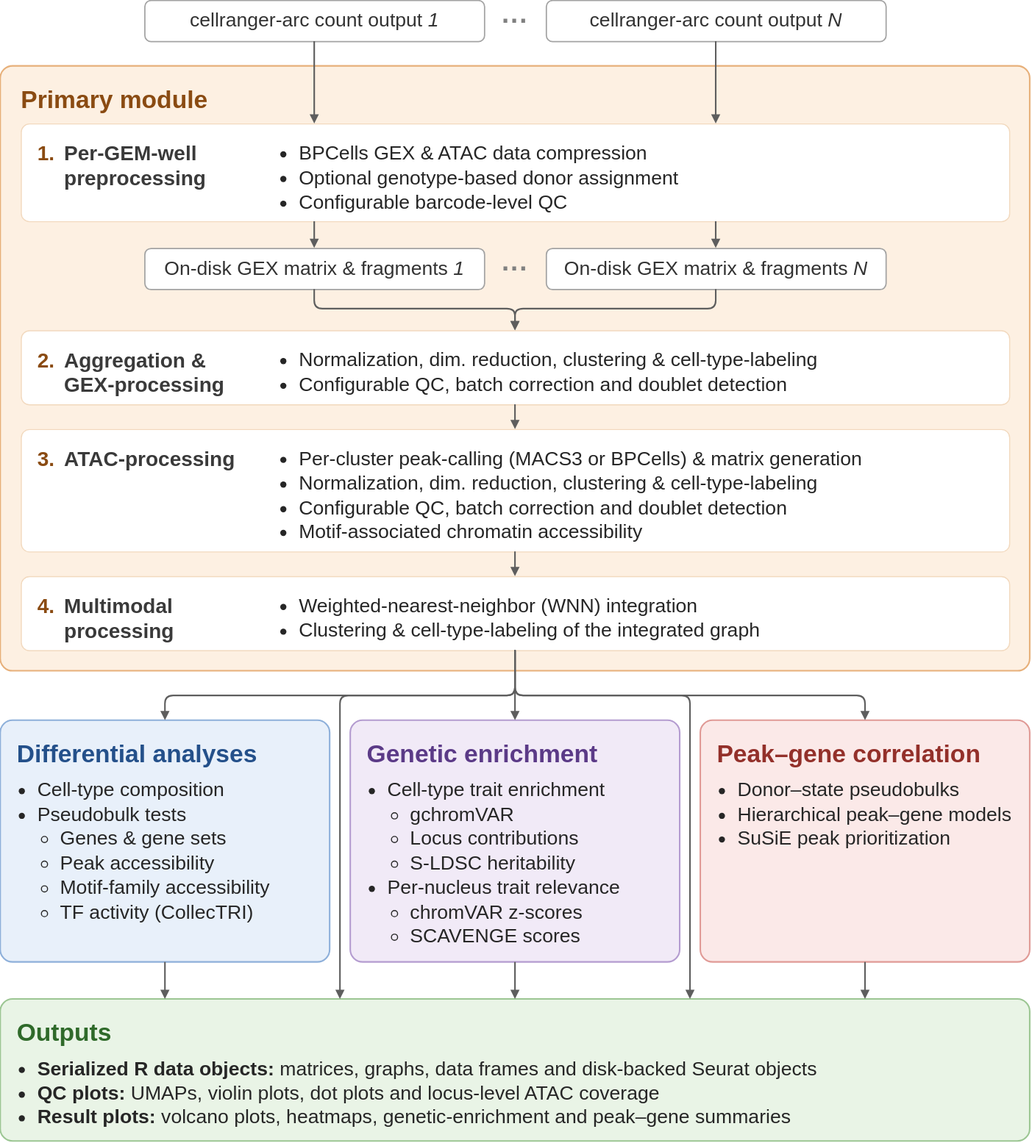
Above: website/figures/multiomeR_overview_simplified.drawio.svg in koefoeden/multiomeR (draw.io), before the change. Source tidied: cells renumbered, new cells last; positions are measured from the earlier drawing's top-left corner, leaving out a move shared by most shapes. Its diagram source:
```xml
<mxGraphModel>
  <root>
    <mxCell id="0" />
    <mxCell id="1" parent="0" />
    <mxCell id="2" value="Primary module" style="rounded=1;absoluteArcSize=1;arcSize=24;whiteSpace=wrap;html=1;fillColor=#FDF0E2;strokeColor=#E7B07A;strokeWidth=1.5;align=left;verticalAlign=top;spacing=0;spacingLeft=20;spacingTop=14;fontSize=24;fontStyle=1;fontColor=#8A4B12;" parent="1" vertex="1">
      <mxGeometry y="64" width="1000" height="588" as="geometry" />
    </mxCell>
    <mxCell id="3" value="&lt;div style=&quot;font-size:24px;font-weight:bold;color:#24508A;margin-bottom:8px;&quot;&gt;Differential analyses&lt;/div&gt;&lt;ul style=&quot;margin:0;padding-left:20px;line-height:1.25;&quot;&gt;&lt;li&gt;Cell-type composition&lt;/li&gt;&lt;li&gt;Pseudobulk tests&lt;ul style=&quot;margin:0;padding-left:22px;&quot;&gt;&lt;li&gt;Genes &amp;amp; gene sets&lt;/li&gt;&lt;li&gt;Peak accessibility&lt;/li&gt;&lt;li&gt;Motif-family accessibility&lt;/li&gt;&lt;li&gt;TF activity (CollecTRI)&lt;/li&gt;&lt;/ul&gt;&lt;/li&gt;&lt;/ul&gt;" style="rounded=1;absoluteArcSize=1;arcSize=24;whiteSpace=wrap;html=1;fillColor=#E8F0FA;strokeColor=#8EB0DA;strokeWidth=1.5;spacingLeft=16;spacingRight=10;spacingTop=14;align=left;verticalAlign=top;spacing=0;fontSize=19;fontColor=#262626;" parent="1" vertex="1">
      <mxGeometry y="700" width="320" height="235" as="geometry" />
    </mxCell>
    <mxCell id="4" value="&lt;div style=&quot;font-size:24px;font-weight:bold;color:#5B3A87;margin-bottom:8px;&quot;&gt;Genetic enrichment&lt;/div&gt;&lt;ul style=&quot;margin:0;padding-left:20px;line-height:1.25;&quot;&gt;&lt;li&gt;Cell-type trait enrichment&lt;ul style=&quot;margin:0;padding-left:22px;&quot;&gt;&lt;li&gt;gchromVAR&lt;/li&gt;&lt;li&gt;Locus contributions&lt;/li&gt;&lt;li&gt;S-LDSC heritability&lt;/li&gt;&lt;/ul&gt;&lt;/li&gt;&lt;li&gt;Per-nucleus trait relevance&lt;ul style=&quot;margin:0;padding-left:22px;&quot;&gt;&lt;li&gt;chromVAR z-scores&lt;/li&gt;&lt;li&gt;SCAVENGE scores&lt;/li&gt;&lt;/ul&gt;&lt;/li&gt;&lt;/ul&gt;" style="rounded=1;absoluteArcSize=1;arcSize=24;whiteSpace=wrap;html=1;fillColor=#F1EAF7;strokeColor=#B49CD0;strokeWidth=1.5;spacingLeft=16;spacingRight=10;spacingTop=14;align=left;verticalAlign=top;spacing=0;fontSize=19;fontColor=#262626;" parent="1" vertex="1">
      <mxGeometry x="340" y="700" width="320" height="235" as="geometry" />
    </mxCell>
    <mxCell id="5" value="&lt;div style=&quot;font-size:24px;font-weight:bold;color:#93302A;margin-bottom:8px;&quot;&gt;Peak–gene correlation&lt;/div&gt;&lt;ul style=&quot;margin:0;padding-left:20px;line-height:1.25;&quot;&gt;&lt;li&gt;Donor–state pseudobulks&lt;/li&gt;&lt;li&gt;Hierarchical peak–gene models&lt;/li&gt;&lt;li&gt;SuSiE peak prioritization&lt;/li&gt;&lt;/ul&gt;" style="rounded=1;absoluteArcSize=1;arcSize=24;whiteSpace=wrap;html=1;fillColor=#FBE9E8;strokeColor=#E09A96;strokeWidth=1.5;spacingLeft=16;spacingRight=10;spacingTop=14;align=left;verticalAlign=top;spacing=0;fontSize=19;fontColor=#262626;" parent="1" vertex="1">
      <mxGeometry x="680" y="700" width="320" height="235" as="geometry" />
    </mxCell>
    <mxCell id="6" value="&lt;div style=&quot;font-size:24px;font-weight:bold;color:#2F6A2A;margin-bottom:8px;&quot;&gt;Outputs&lt;/div&gt;&lt;ul style=&quot;margin:0;padding-left:20px;line-height:1.25;&quot;&gt;&lt;li&gt;&lt;b&gt;Serialized R data objects:&lt;/b&gt; matrices, graphs, data frames and disk-backed Seurat objects&lt;/li&gt;&lt;li&gt;&lt;b&gt;QC plots:&lt;/b&gt; UMAPs, violin plots, dot plots and locus-level ATAC coverage&lt;/li&gt;&lt;li&gt;&lt;b&gt;Result plots:&lt;/b&gt; volcano plots, heatmaps, genetic-enrichment and peak–gene summaries&lt;/li&gt;&lt;/ul&gt;" style="rounded=1;absoluteArcSize=1;arcSize=24;whiteSpace=wrap;html=1;fillColor=#E9F4E6;strokeColor=#9CC693;strokeWidth=1.5;spacingLeft=16;spacingRight=10;spacingTop=14;align=left;verticalAlign=top;spacing=0;fontSize=19;fontColor=#262626;" parent="1" vertex="1">
      <mxGeometry y="971" width="1000" height="138" as="geometry" />
    </mxCell>
    <mxCell id="7" value="cellranger-arc count output &lt;i&gt;1&lt;/i&gt;" style="rounded=1;absoluteArcSize=1;arcSize=12;whiteSpace=wrap;html=1;fillColor=#FFFFFF;strokeColor=#A3A3A3;strokeWidth=1.25;fontSize=19;fontColor=#333333;" parent="1" vertex="1">
      <mxGeometry x="140" width="330" height="40" as="geometry" />
    </mxCell>
    <mxCell id="8" value="cellranger-arc count output &lt;i&gt;N&lt;/i&gt;" style="rounded=1;absoluteArcSize=1;arcSize=12;whiteSpace=wrap;html=1;fillColor=#FFFFFF;strokeColor=#A3A3A3;strokeWidth=1.25;fontSize=19;fontColor=#333333;" parent="1" vertex="1">
      <mxGeometry x="530" width="330" height="40" as="geometry" />
    </mxCell>
    <mxCell id="9" value="···" style="text;html=1;whiteSpace=wrap;strokeColor=none;fillColor=none;fontSize=26;fontStyle=1;fontColor=#808080;align=center;verticalAlign=middle;" parent="1" vertex="1">
      <mxGeometry x="470" width="60" height="40" as="geometry" />
    </mxCell>
    <mxCell id="10" value="On-disk GEX matrix &amp;amp; fragments &lt;i&gt;1&lt;/i&gt;" style="rounded=1;absoluteArcSize=1;arcSize=12;whiteSpace=wrap;html=1;fillColor=#FFFFFF;strokeColor=#A3A3A3;strokeWidth=1.25;fontSize=19;fontColor=#333333;" parent="1" vertex="1">
      <mxGeometry x="140" y="241" width="330" height="40" as="geometry" />
    </mxCell>
    <mxCell id="11" value="On-disk GEX matrix &amp;amp; fragments &lt;i&gt;N&lt;/i&gt;" style="rounded=1;absoluteArcSize=1;arcSize=12;whiteSpace=wrap;html=1;fillColor=#FFFFFF;strokeColor=#A3A3A3;strokeWidth=1.25;fontSize=19;fontColor=#333333;" parent="1" vertex="1">
      <mxGeometry x="530" y="241" width="330" height="40" as="geometry" />
    </mxCell>
    <mxCell id="12" value="···" style="text;html=1;whiteSpace=wrap;strokeColor=none;fillColor=none;fontSize=26;fontStyle=1;fontColor=#808080;align=center;verticalAlign=middle;" parent="1" vertex="1">
      <mxGeometry x="470" y="241" width="60" height="40" as="geometry" />
    </mxCell>
    <mxCell id="13" value="&lt;ul style=&quot;margin:0;padding-left:20px;line-height:1.25;&quot;&gt;&lt;li&gt;BPCells GEX &amp;amp; ATAC data compression&lt;/li&gt;&lt;li&gt;Optional genotype-based donor assignment&lt;/li&gt;&lt;li&gt;Configurable barcode-level QC&lt;/li&gt;&lt;/ul&gt;" style="rounded=1;absoluteArcSize=1;arcSize=16;whiteSpace=wrap;html=1;fillColor=#FFFFFF;strokeColor=#F2D9BE;strokeWidth=1;spacingLeft=250;spacingRight=16;spacingTop=12;align=left;verticalAlign=top;spacing=0;fontSize=19;fontColor=#262626;" parent="1" vertex="1">
      <mxGeometry x="20" y="120" width="960" height="95" as="geometry" />
    </mxCell>
    <mxCell id="14" value="&lt;div style=&quot;padding-left:26px;text-indent:-26px;&quot;&gt;&lt;span style=&quot;display:inline-block;width:26px;text-indent:0;color:#8A4B12;&quot;&gt;1.&lt;/span&gt;Per-GEM-well&lt;br&gt;preprocessing&lt;/div&gt;" style="text;html=1;whiteSpace=wrap;strokeColor=none;fillColor=none;align=left;verticalAlign=top;spacing=0;fontSize=20;fontStyle=1;fontColor=#3A3A3A;" parent="13" vertex="1">
      <mxGeometry x="16" y="11.5" width="220" height="48" as="geometry" />
    </mxCell>
    <mxCell id="15" value="&lt;ul style=&quot;margin:0;padding-left:20px;line-height:1.25;&quot;&gt;&lt;li&gt;Normalization, dim. reduction, clustering &amp;amp; cell-type-labeling&lt;/li&gt;&lt;li&gt;Configurable QC, batch correction and doublet detection&lt;/li&gt;&lt;/ul&gt;" style="rounded=1;absoluteArcSize=1;arcSize=16;whiteSpace=wrap;html=1;fillColor=#FFFFFF;strokeColor=#F2D9BE;strokeWidth=1;spacingLeft=250;spacingRight=16;spacingTop=12;align=left;verticalAlign=top;spacing=0;fontSize=19;fontColor=#262626;" parent="1" vertex="1">
      <mxGeometry x="20" y="321" width="960" height="72" as="geometry" />
    </mxCell>
    <mxCell id="16" value="&lt;div style=&quot;padding-left:26px;text-indent:-26px;&quot;&gt;&lt;span style=&quot;display:inline-block;width:26px;text-indent:0;color:#8A4B12;&quot;&gt;2.&lt;/span&gt;Aggregation &amp;amp;&lt;br&gt;GEX-processing&lt;/div&gt;" style="text;html=1;whiteSpace=wrap;strokeColor=none;fillColor=none;align=left;verticalAlign=top;spacing=0;fontSize=20;fontStyle=1;fontColor=#3A3A3A;" parent="15" vertex="1">
      <mxGeometry x="16" y="11.5" width="220" height="48" as="geometry" />
    </mxCell>
    <mxCell id="17" value="&lt;ul style=&quot;margin:0;padding-left:20px;line-height:1.25;&quot;&gt;&lt;li&gt;Per-cluster peak-calling (MACS3 or BPCells) &amp;amp; matrix generation&lt;/li&gt;&lt;li&gt;Normalization, dim. reduction, clustering &amp;amp; cell-type-labeling&lt;/li&gt;&lt;li&gt;Configurable QC, batch correction and doublet detection&lt;/li&gt;&lt;li&gt;Motif-associated chromatin accessibility&lt;/li&gt;&lt;/ul&gt;" style="rounded=1;absoluteArcSize=1;arcSize=16;whiteSpace=wrap;html=1;fillColor=#FFFFFF;strokeColor=#F2D9BE;strokeWidth=1;spacingLeft=250;spacingRight=16;spacingTop=12;align=left;verticalAlign=top;spacing=0;fontSize=19;fontColor=#262626;" parent="1" vertex="1">
      <mxGeometry x="20" y="417" width="960" height="119" as="geometry" />
    </mxCell>
    <mxCell id="18" value="&lt;div style=&quot;padding-left:26px;text-indent:-26px;&quot;&gt;&lt;span style=&quot;display:inline-block;width:26px;text-indent:0;color:#8A4B12;&quot;&gt;3.&lt;/span&gt;ATAC-processing&lt;/div&gt;" style="text;html=1;whiteSpace=wrap;strokeColor=none;fillColor=none;align=left;verticalAlign=top;spacing=0;fontSize=20;fontStyle=1;fontColor=#3A3A3A;" parent="17" vertex="1">
      <mxGeometry x="16" y="11.5" width="220" height="48" as="geometry" />
    </mxCell>
    <mxCell id="19" value="&lt;ul style=&quot;margin:0;padding-left:20px;line-height:1.25;&quot;&gt;&lt;li&gt;Weighted-nearest-neighbor (WNN) integration&lt;/li&gt;&lt;li&gt;Clustering &amp;amp; cell-type-labeling of the integrated graph&lt;/li&gt;&lt;/ul&gt;" style="rounded=1;absoluteArcSize=1;arcSize=16;whiteSpace=wrap;html=1;fillColor=#FFFFFF;strokeColor=#F2D9BE;strokeWidth=1;spacingLeft=250;spacingRight=16;spacingTop=12;align=left;verticalAlign=top;spacing=0;fontSize=19;fontColor=#262626;" parent="1" vertex="1">
      <mxGeometry x="20" y="560" width="960" height="72" as="geometry" />
    </mxCell>
    <mxCell id="20" value="&lt;div style=&quot;padding-left:26px;text-indent:-26px;&quot;&gt;&lt;span style=&quot;display:inline-block;width:26px;text-indent:0;color:#8A4B12;&quot;&gt;4.&lt;/span&gt;Multimodal&lt;br&gt;processing&lt;/div&gt;" style="text;html=1;whiteSpace=wrap;strokeColor=none;fillColor=none;align=left;verticalAlign=top;spacing=0;fontSize=20;fontStyle=1;fontColor=#3A3A3A;" parent="19" vertex="1">
      <mxGeometry x="16" y="11.5" width="220" height="48" as="geometry" />
    </mxCell>
    <mxCell id="21" style="edgeStyle=none;rounded=1;arcSize=16;html=1;strokeColor=#5E5E5E;strokeWidth=1.5;endArrow=block;endFill=1;endSize=5;exitX=0.5;exitY=1;exitDx=0;exitDy=0;entryX=0.2969;entryY=0;entryDx=0;entryDy=0;" parent="1" edge="1" source="7" target="13">
      <mxGeometry relative="1" as="geometry" />
    </mxCell>
    <mxCell id="22" style="edgeStyle=none;rounded=1;arcSize=16;html=1;strokeColor=#5E5E5E;strokeWidth=1.5;endArrow=block;endFill=1;endSize=5;exitX=0.5;exitY=1;exitDx=0;exitDy=0;entryX=0.7031;entryY=0;entryDx=0;entryDy=0;" parent="1" edge="1" source="8" target="13">
      <mxGeometry relative="1" as="geometry" />
    </mxCell>
    <mxCell id="23" style="edgeStyle=none;rounded=1;arcSize=16;html=1;strokeColor=#5E5E5E;strokeWidth=1.5;endArrow=block;endFill=1;endSize=5;exitX=0.2969;exitY=1;exitDx=0;exitDy=0;entryX=0.5;entryY=0;entryDx=0;entryDy=0;" parent="1" edge="1" source="13" target="10">
      <mxGeometry relative="1" as="geometry" />
    </mxCell>
    <mxCell id="24" style="edgeStyle=none;rounded=1;arcSize=16;html=1;strokeColor=#5E5E5E;strokeWidth=1.5;endArrow=block;endFill=1;endSize=5;exitX=0.7031;exitY=1;exitDx=0;exitDy=0;entryX=0.5;entryY=0;entryDx=0;entryDy=0;" parent="1" edge="1" source="13" target="11">
      <mxGeometry relative="1" as="geometry" />
    </mxCell>
    <mxCell id="25" style="edgeStyle=none;rounded=1;arcSize=16;html=1;strokeColor=#5E5E5E;strokeWidth=1.5;endArrow=block;endFill=1;endSize=5;exitX=0.5;exitY=1;exitDx=0;exitDy=0;entryX=0.5;entryY=0;entryDx=0;entryDy=0;" parent="1" edge="1" source="10" target="15">
      <mxGeometry relative="1" as="geometry">
        <Array as="points">
          <mxPoint x="305" y="300" />
          <mxPoint x="500" y="300" />
        </Array>
      </mxGeometry>
    </mxCell>
    <mxCell id="26" style="edgeStyle=none;rounded=1;arcSize=16;html=1;strokeColor=#5E5E5E;strokeWidth=1.5;endArrow=block;endFill=1;endSize=5;exitX=0.5;exitY=1;exitDx=0;exitDy=0;entryX=0.5;entryY=0;entryDx=0;entryDy=0;" parent="1" edge="1" source="11" target="15">
      <mxGeometry relative="1" as="geometry">
        <Array as="points">
          <mxPoint x="695" y="300" />
          <mxPoint x="500" y="300" />
        </Array>
      </mxGeometry>
    </mxCell>
    <mxCell id="27" style="edgeStyle=none;rounded=1;arcSize=16;html=1;strokeColor=#5E5E5E;strokeWidth=1.5;endArrow=block;endFill=1;endSize=5;exitX=0.5;exitY=1;exitDx=0;exitDy=0;entryX=0.5;entryY=0;entryDx=0;entryDy=0;" parent="1" edge="1" source="15" target="17">
      <mxGeometry relative="1" as="geometry" />
    </mxCell>
    <mxCell id="28" style="edgeStyle=none;rounded=1;arcSize=16;html=1;strokeColor=#5E5E5E;strokeWidth=1.5;endArrow=block;endFill=1;endSize=5;exitX=0.5;exitY=1;exitDx=0;exitDy=0;entryX=0.5;entryY=0;entryDx=0;entryDy=0;" parent="1" edge="1" source="17" target="19">
      <mxGeometry relative="1" as="geometry" />
    </mxCell>
    <mxCell id="29" style="edgeStyle=none;rounded=1;arcSize=16;html=1;strokeColor=#5E5E5E;strokeWidth=1.5;endArrow=block;endFill=1;endSize=5;exitX=0.5;exitY=1;exitDx=0;exitDy=0;entryX=0.5;entryY=0;entryDx=0;entryDy=0;" parent="1" edge="1" source="19" target="3">
      <mxGeometry relative="1" as="geometry">
        <Array as="points">
          <mxPoint x="500" y="676" />
          <mxPoint x="160" y="676" />
        </Array>
      </mxGeometry>
    </mxCell>
    <mxCell id="30" style="edgeStyle=none;rounded=1;arcSize=16;html=1;strokeColor=#5E5E5E;strokeWidth=1.5;endArrow=block;endFill=1;endSize=5;exitX=0.5;exitY=1;exitDx=0;exitDy=0;entryX=0.16;entryY=0;entryDx=0;entryDy=0;" parent="1" edge="1" source="3" target="6">
      <mxGeometry relative="1" as="geometry" />
    </mxCell>
    <mxCell id="31" style="edgeStyle=none;rounded=1;arcSize=16;html=1;strokeColor=#5E5E5E;strokeWidth=1.5;endArrow=block;endFill=1;endSize=5;exitX=0.5;exitY=1;exitDx=0;exitDy=0;entryX=0.5;entryY=0;entryDx=0;entryDy=0;" parent="1" edge="1" source="19" target="4">
      <mxGeometry relative="1" as="geometry" />
    </mxCell>
    <mxCell id="32" style="edgeStyle=none;rounded=1;arcSize=16;html=1;strokeColor=#5E5E5E;strokeWidth=1.5;endArrow=block;endFill=1;endSize=5;exitX=0.5;exitY=1;exitDx=0;exitDy=0;entryX=0.5;entryY=0;entryDx=0;entryDy=0;" parent="1" edge="1" source="4" target="6">
      <mxGeometry relative="1" as="geometry" />
    </mxCell>
    <mxCell id="33" style="edgeStyle=none;rounded=1;arcSize=16;html=1;strokeColor=#5E5E5E;strokeWidth=1.5;endArrow=block;endFill=1;endSize=5;exitX=0.5;exitY=1;exitDx=0;exitDy=0;entryX=0.5;entryY=0;entryDx=0;entryDy=0;" parent="1" edge="1" source="19" target="5">
      <mxGeometry relative="1" as="geometry">
        <Array as="points">
          <mxPoint x="500" y="676" />
          <mxPoint x="840" y="676" />
        </Array>
      </mxGeometry>
    </mxCell>
    <mxCell id="34" style="edgeStyle=none;rounded=1;arcSize=16;html=1;strokeColor=#5E5E5E;strokeWidth=1.5;endArrow=block;endFill=1;endSize=5;exitX=0.5;exitY=1;exitDx=0;exitDy=0;entryX=0.84;entryY=0;entryDx=0;entryDy=0;" parent="1" edge="1" source="5" target="6">
      <mxGeometry relative="1" as="geometry" />
    </mxCell>
    <mxCell id="35" style="edgeStyle=none;rounded=1;arcSize=16;html=1;strokeColor=#5E5E5E;strokeWidth=1.5;endArrow=block;endFill=1;endSize=5;exitX=0.5;exitY=1;exitDx=0;exitDy=0;entryX=0.33;entryY=0;entryDx=0;entryDy=0;" parent="1" edge="1" source="19" target="6">
      <mxGeometry relative="1" as="geometry">
        <Array as="points">
          <mxPoint x="500" y="676" />
          <mxPoint x="330" y="676" />
        </Array>
      </mxGeometry>
    </mxCell>
    <mxCell id="36" style="edgeStyle=none;rounded=1;arcSize=16;html=1;strokeColor=#5E5E5E;strokeWidth=1.5;endArrow=block;endFill=1;endSize=5;exitX=0.5;exitY=1;exitDx=0;exitDy=0;entryX=0.67;entryY=0;entryDx=0;entryDy=0;" parent="1" edge="1" source="19" target="6">
      <mxGeometry relative="1" as="geometry">
        <Array as="points">
          <mxPoint x="500" y="676" />
          <mxPoint x="670" y="676" />
        </Array>
      </mxGeometry>
    </mxCell>
  </root>
</mxGraphModel>
```
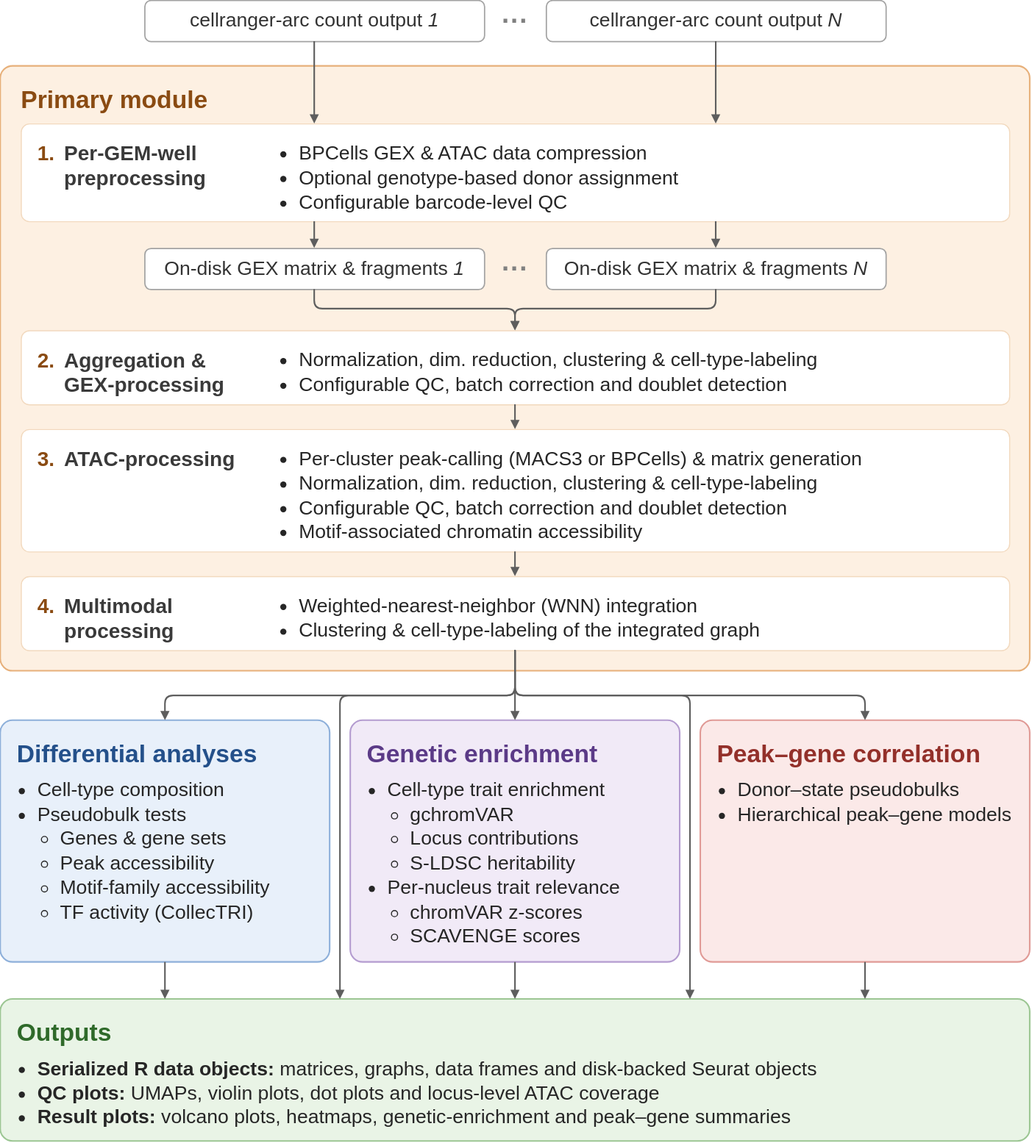
The same diagram one commit later.

Commit message:
Remove SuSiE fine-mapping from the peak–gene correlation module

Change to the diagram source:
```diff
@@ -11,7 +11,7 @@
     <mxCell id="4" value="&lt;div style=&quot;font-size:24px;font-weight:bold;color:#5B3A87;margin-bottom:8px;&quot;&gt;Genetic enrichment&lt;/div&gt;&lt;ul style=&quot;margin:0;padding-left:20px;line-height:1.25;&quot;&gt;&lt;li&gt;Cell-type trait enrichment&lt;ul style=&quot;margin:0;padding-left:22px;&quot;&gt;&lt;li&gt;gchromVAR&lt;/li&gt;&lt;li&gt;Locus contributions&lt;/li&gt;&lt;li&gt;S-LDSC heritability&lt;/li&gt;&lt;/ul&gt;&lt;/li&gt;&lt;li&gt;Per-nucleus trait relevance&lt;ul style=&quot;margin:0;padding-left:22px;&quot;&gt;&lt;li&gt;chromVAR z-scores&lt;/li&gt;&lt;li&gt;SCAVENGE scores&lt;/li&gt;&lt;/ul&gt;&lt;/li&gt;&lt;/ul&gt;" style="rounded=1;absoluteArcSize=1;arcSize=24;whiteSpace=wrap;html=1;fillColor=#F1EAF7;strokeColor=#B49CD0;strokeWidth=1.5;spacingLeft=16;spacingRight=10;spacingTop=14;align=left;verticalAlign=top;spacing=0;fontSize=19;fontColor=#262626;" parent="1" vertex="1">
       <mxGeometry x="340" y="700" width="320" height="235" as="geometry" />
     </mxCell>
-    <mxCell id="5" value="&lt;div style=&quot;font-size:24px;font-weight:bold;color:#93302A;margin-bottom:8px;&quot;&gt;Peak–gene correlation&lt;/div&gt;&lt;ul style=&quot;margin:0;padding-left:20px;line-height:1.25;&quot;&gt;&lt;li&gt;Donor–state pseudobulks&lt;/li&gt;&lt;li&gt;Hierarchical peak–gene models&lt;/li&gt;&lt;li&gt;SuSiE peak prioritization&lt;/li&gt;&lt;/ul&gt;" style="rounded=1;absoluteArcSize=1;arcSize=24;whiteSpace=wrap;html=1;fillColor=#FBE9E8;strokeColor=#E09A96;strokeWidth=1.5;spacingLeft=16;spacingRight=10;spacingTop=14;align=left;verticalAlign=top;spacing=0;fontSize=19;fontColor=#262626;" parent="1" vertex="1">
+    <mxCell id="5" value="&lt;div style=&quot;font-size:24px;font-weight:bold;color:#93302A;margin-bottom:8px;&quot;&gt;Peak–gene correlation&lt;/div&gt;&lt;ul style=&quot;margin:0;padding-left:20px;line-height:1.25;&quot;&gt;&lt;li&gt;Donor–state pseudobulks&lt;/li&gt;&lt;li&gt;Hierarchical peak–gene models&lt;/li&gt;&lt;/ul&gt;" style="rounded=1;absoluteArcSize=1;arcSize=24;whiteSpace=wrap;html=1;fillColor=#FBE9E8;strokeColor=#E09A96;strokeWidth=1.5;spacingLeft=16;spacingRight=10;spacingTop=14;align=left;verticalAlign=top;spacing=0;fontSize=19;fontColor=#262626;" parent="1" vertex="1">
       <mxGeometry x="680" y="700" width="320" height="235" as="geometry" />
     </mxCell>
     <mxCell id="6" value="&lt;div style=&quot;font-size:24px;font-weight:bold;color:#2F6A2A;margin-bottom:8px;&quot;&gt;Outputs&lt;/div&gt;&lt;ul style=&quot;margin:0;padding-left:20px;line-height:1.25;&quot;&gt;&lt;li&gt;&lt;b&gt;Serialized R data objects:&lt;/b&gt; matrices, graphs, data frames and disk-backed Seurat objects&lt;/li&gt;&lt;li&gt;&lt;b&gt;QC plots:&lt;/b&gt; UMAPs, violin plots, dot plots and locus-level ATAC coverage&lt;/li&gt;&lt;li&gt;&lt;b&gt;Result plots:&lt;/b&gt; volcano plots, heatmaps, genetic-enrichment and peak–gene summaries&lt;/li&gt;&lt;/ul&gt;" style="rounded=1;absoluteArcSize=1;arcSize=24;whiteSpace=wrap;html=1;fillColor=#E9F4E6;strokeColor=#9CC693;strokeWidth=1.5;spacingLeft=16;spacingRight=10;spacingTop=14;align=left;verticalAlign=top;spacing=0;fontSize=19;fontColor=#262626;" parent="1" vertex="1">
```
